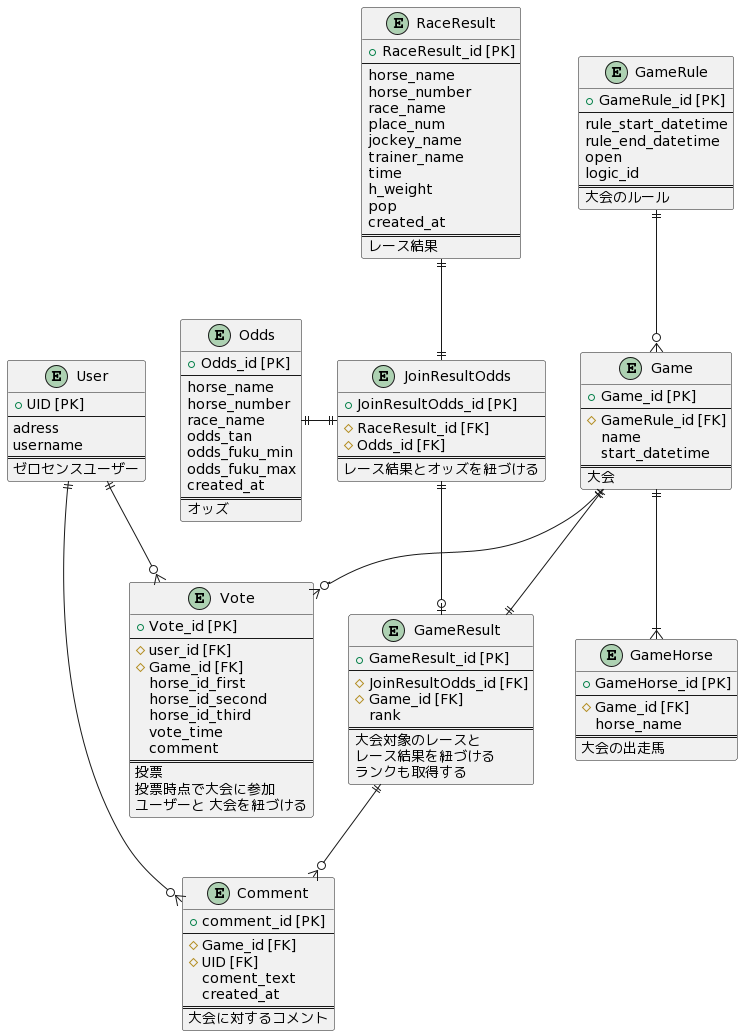
Earlier version of the PlantUML export out/UML/ER/zerosense.png (Kengo106/zerosense).
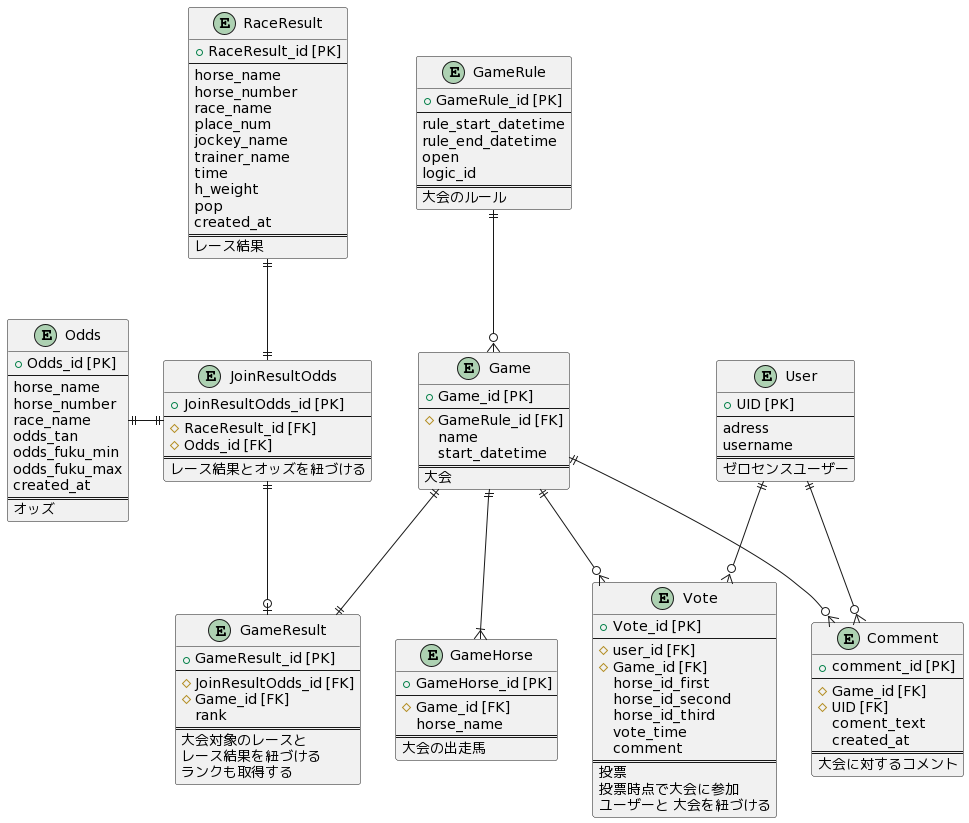
The same file after the commit.

What changed in the source:
```diff
@@ -122,7 +122,7 @@
 Game ||--o{ Vote
 Game ||--|{ GameHorse
 User ||--o{ Comment
-GameResult ||--o{ Comment
+Game ||--o{ Comment
 GameRule ||--o{ Game
 RaceResult ||--|| JoinResultOdds
 Odds ||-|| JoinResultOdds
```
